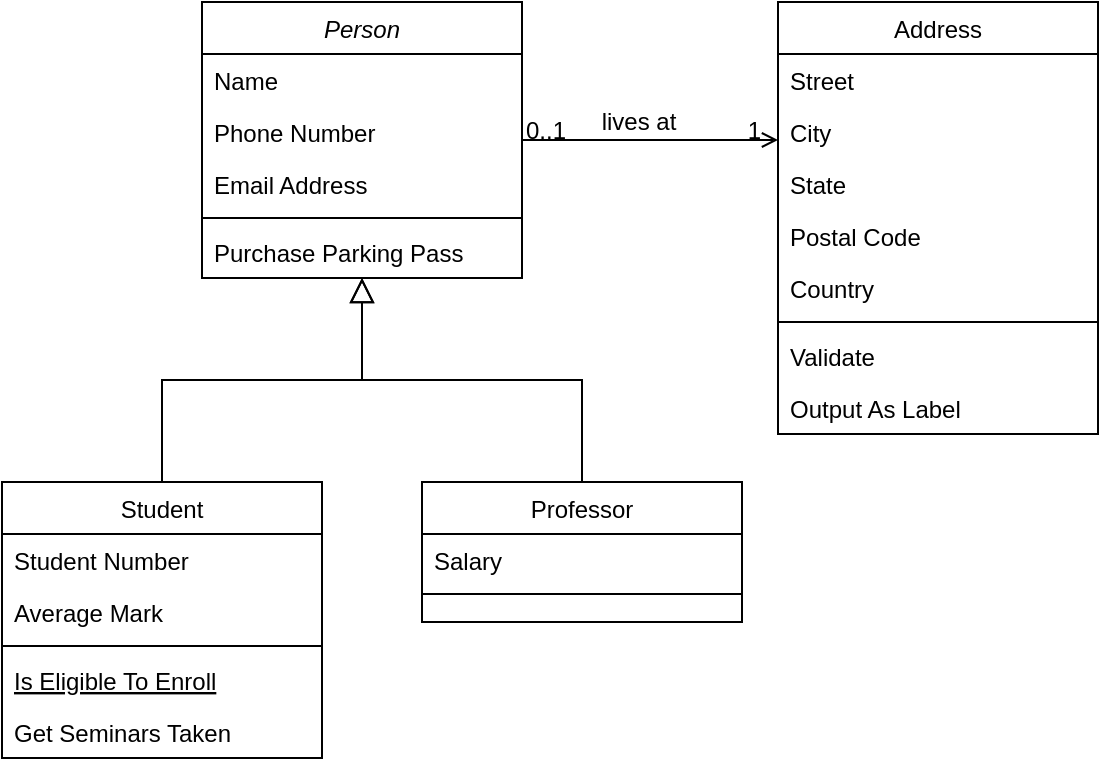
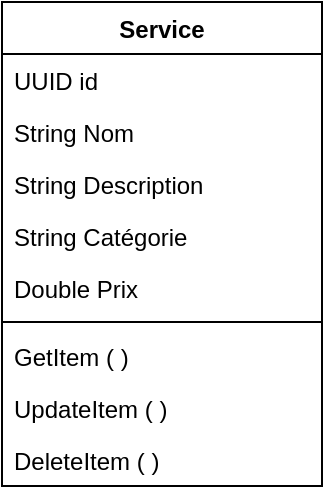
<mxfile host="app.diagrams.net">
  <diagram id="C5RBs43oDa-KdzZeNtuy" name="Page-1">
-     <mxGraphModel dx="1223" dy="871" grid="1" gridSize="10" guides="1" tooltips="1" connect="1" arrows="1" fold="1" page="1" pageScale="1" pageWidth="827" pageHeight="1169" math="0" shadow="0">
+     <mxGraphModel dx="771" dy="495" grid="1" gridSize="10" guides="1" tooltips="1" connect="1" arrows="1" fold="1" page="1" pageScale="1" pageWidth="827" pageHeight="1169" math="0" shadow="0">
      <root>
        <mxCell id="WIyWlLk6GJQsqaUBKTNV-0" />
        <mxCell id="WIyWlLk6GJQsqaUBKTNV-1" parent="WIyWlLk6GJQsqaUBKTNV-0" />
-         <mxCell id="zkfFHV4jXpPFQw0GAbJ--0" value="Person" style="swimlane;fontStyle=2;align=center;verticalAlign=top;childLayout=stackLayout;horizontal=1;startSize=26;horizontalStack=0;resizeParent=1;resizeLast=0;collapsible=1;marginBottom=0;rounded=0;shadow=0;strokeWidth=1;" parent="WIyWlLk6GJQsqaUBKTNV-1" vertex="1">
-           <mxGeometry x="220" y="120" width="160" height="138" as="geometry">
-             <mxRectangle x="230" y="140" width="160" height="26" as="alternateBounds" />
+         <mxCell id="zkfFHV4jXpPFQw0GAbJ--17" parent="WIyWlLk6GJQsqaUBKTNV-1" style="swimlane;fontStyle=1;align=center;verticalAlign=top;childLayout=stackLayout;horizontal=1;startSize=26;horizontalStack=0;resizeParent=1;resizeLast=0;collapsible=1;marginBottom=0;rounded=0;shadow=0;strokeWidth=1;" value="Service" vertex="1">
+           <mxGeometry height="242" width="160" x="310" y="150" as="geometry">
+             <mxRectangle height="26" width="160" x="550" y="140" as="alternateBounds" />
          </mxGeometry>
        </mxCell>
-         <mxCell id="zkfFHV4jXpPFQw0GAbJ--1" value="Name" style="text;align=left;verticalAlign=top;spacingLeft=4;spacingRight=4;overflow=hidden;rotatable=0;points=[[0,0.5],[1,0.5]];portConstraint=eastwest;" parent="zkfFHV4jXpPFQw0GAbJ--0" vertex="1">
-           <mxGeometry y="26" width="160" height="26" as="geometry" />
+         <mxCell id="zkfFHV4jXpPFQw0GAbJ--18" parent="zkfFHV4jXpPFQw0GAbJ--17" style="text;align=left;verticalAlign=top;spacingLeft=4;spacingRight=4;overflow=hidden;rotatable=0;points=[[0,0.5],[1,0.5]];portConstraint=eastwest;" value="UUID id" vertex="1">
+           <mxGeometry height="26" width="160" y="26" as="geometry" />
        </mxCell>
-         <mxCell id="zkfFHV4jXpPFQw0GAbJ--2" value="Phone Number" style="text;align=left;verticalAlign=top;spacingLeft=4;spacingRight=4;overflow=hidden;rotatable=0;points=[[0,0.5],[1,0.5]];portConstraint=eastwest;rounded=0;shadow=0;html=0;" parent="zkfFHV4jXpPFQw0GAbJ--0" vertex="1">
-           <mxGeometry y="52" width="160" height="26" as="geometry" />
+         <mxCell id="zkfFHV4jXpPFQw0GAbJ--19" parent="zkfFHV4jXpPFQw0GAbJ--17" style="text;align=left;verticalAlign=top;spacingLeft=4;spacingRight=4;overflow=hidden;rotatable=0;points=[[0,0.5],[1,0.5]];portConstraint=eastwest;rounded=0;shadow=0;html=0;" value="String Nom" vertex="1">
+           <mxGeometry height="26" width="160" y="52" as="geometry" />
        </mxCell>
-         <mxCell id="zkfFHV4jXpPFQw0GAbJ--3" value="Email Address" style="text;align=left;verticalAlign=top;spacingLeft=4;spacingRight=4;overflow=hidden;rotatable=0;points=[[0,0.5],[1,0.5]];portConstraint=eastwest;rounded=0;shadow=0;html=0;" parent="zkfFHV4jXpPFQw0GAbJ--0" vertex="1">
-           <mxGeometry y="78" width="160" height="26" as="geometry" />
+         <mxCell id="zkfFHV4jXpPFQw0GAbJ--20" parent="zkfFHV4jXpPFQw0GAbJ--17" style="text;align=left;verticalAlign=top;spacingLeft=4;spacingRight=4;overflow=hidden;rotatable=0;points=[[0,0.5],[1,0.5]];portConstraint=eastwest;rounded=0;shadow=0;html=0;" value="String Description" vertex="1">
+           <mxGeometry height="26" width="160" y="78" as="geometry" />
        </mxCell>
-         <mxCell id="zkfFHV4jXpPFQw0GAbJ--4" value="" style="line;html=1;strokeWidth=1;align=left;verticalAlign=middle;spacingTop=-1;spacingLeft=3;spacingRight=3;rotatable=0;labelPosition=right;points=[];portConstraint=eastwest;" parent="zkfFHV4jXpPFQw0GAbJ--0" vertex="1">
-           <mxGeometry y="104" width="160" height="8" as="geometry" />
+         <mxCell id="zkfFHV4jXpPFQw0GAbJ--21" parent="zkfFHV4jXpPFQw0GAbJ--17" style="text;align=left;verticalAlign=top;spacingLeft=4;spacingRight=4;overflow=hidden;rotatable=0;points=[[0,0.5],[1,0.5]];portConstraint=eastwest;rounded=0;shadow=0;html=0;" value="String Catégorie" vertex="1">
+           <mxGeometry height="26" width="160" y="104" as="geometry" />
        </mxCell>
-         <mxCell id="zkfFHV4jXpPFQw0GAbJ--5" value="Purchase Parking Pass" style="text;align=left;verticalAlign=top;spacingLeft=4;spacingRight=4;overflow=hidden;rotatable=0;points=[[0,0.5],[1,0.5]];portConstraint=eastwest;" parent="zkfFHV4jXpPFQw0GAbJ--0" vertex="1">
-           <mxGeometry y="112" width="160" height="26" as="geometry" />
+         <mxCell id="zkfFHV4jXpPFQw0GAbJ--22" parent="zkfFHV4jXpPFQw0GAbJ--17" style="text;align=left;verticalAlign=top;spacingLeft=4;spacingRight=4;overflow=hidden;rotatable=0;points=[[0,0.5],[1,0.5]];portConstraint=eastwest;rounded=0;shadow=0;html=0;" value="Double Prix" vertex="1">
+           <mxGeometry height="26" width="160" y="130" as="geometry" />
        </mxCell>
-         <mxCell id="zkfFHV4jXpPFQw0GAbJ--6" value="Student" style="swimlane;fontStyle=0;align=center;verticalAlign=top;childLayout=stackLayout;horizontal=1;startSize=26;horizontalStack=0;resizeParent=1;resizeLast=0;collapsible=1;marginBottom=0;rounded=0;shadow=0;strokeWidth=1;" parent="WIyWlLk6GJQsqaUBKTNV-1" vertex="1">
-           <mxGeometry x="120" y="360" width="160" height="138" as="geometry">
-             <mxRectangle x="130" y="380" width="160" height="26" as="alternateBounds" />
-           </mxGeometry>
+         <mxCell id="zkfFHV4jXpPFQw0GAbJ--23" parent="zkfFHV4jXpPFQw0GAbJ--17" style="line;html=1;strokeWidth=1;align=left;verticalAlign=middle;spacingTop=-1;spacingLeft=3;spacingRight=3;rotatable=0;labelPosition=right;points=[];portConstraint=eastwest;" value="" vertex="1">
+           <mxGeometry height="8" width="160" y="156" as="geometry" />
        </mxCell>
-         <mxCell id="zkfFHV4jXpPFQw0GAbJ--7" value="Student Number" style="text;align=left;verticalAlign=top;spacingLeft=4;spacingRight=4;overflow=hidden;rotatable=0;points=[[0,0.5],[1,0.5]];portConstraint=eastwest;" parent="zkfFHV4jXpPFQw0GAbJ--6" vertex="1">
-           <mxGeometry y="26" width="160" height="26" as="geometry" />
+         <mxCell id="zkfFHV4jXpPFQw0GAbJ--24" parent="zkfFHV4jXpPFQw0GAbJ--17" style="text;align=left;verticalAlign=top;spacingLeft=4;spacingRight=4;overflow=hidden;rotatable=0;points=[[0,0.5],[1,0.5]];portConstraint=eastwest;" value="GetItem ( )" vertex="1">
+           <mxGeometry height="26" width="160" y="164" as="geometry" />
        </mxCell>
-         <mxCell id="zkfFHV4jXpPFQw0GAbJ--8" value="Average Mark" style="text;align=left;verticalAlign=top;spacingLeft=4;spacingRight=4;overflow=hidden;rotatable=0;points=[[0,0.5],[1,0.5]];portConstraint=eastwest;rounded=0;shadow=0;html=0;" parent="zkfFHV4jXpPFQw0GAbJ--6" vertex="1">
-           <mxGeometry y="52" width="160" height="26" as="geometry" />
+         <mxCell id="zkfFHV4jXpPFQw0GAbJ--25" parent="zkfFHV4jXpPFQw0GAbJ--17" style="text;align=left;verticalAlign=top;spacingLeft=4;spacingRight=4;overflow=hidden;rotatable=0;points=[[0,0.5],[1,0.5]];portConstraint=eastwest;" value="UpdateItem ( )" vertex="1">
+           <mxGeometry height="26" width="160" y="190" as="geometry" />
        </mxCell>
-         <mxCell id="zkfFHV4jXpPFQw0GAbJ--9" value="" style="line;html=1;strokeWidth=1;align=left;verticalAlign=middle;spacingTop=-1;spacingLeft=3;spacingRight=3;rotatable=0;labelPosition=right;points=[];portConstraint=eastwest;" parent="zkfFHV4jXpPFQw0GAbJ--6" vertex="1">
-           <mxGeometry y="78" width="160" height="8" as="geometry" />
-         </mxCell>
-         <mxCell id="zkfFHV4jXpPFQw0GAbJ--10" value="Is Eligible To Enroll" style="text;align=left;verticalAlign=top;spacingLeft=4;spacingRight=4;overflow=hidden;rotatable=0;points=[[0,0.5],[1,0.5]];portConstraint=eastwest;fontStyle=4" parent="zkfFHV4jXpPFQw0GAbJ--6" vertex="1">
-           <mxGeometry y="86" width="160" height="26" as="geometry" />
-         </mxCell>
-         <mxCell id="zkfFHV4jXpPFQw0GAbJ--11" value="Get Seminars Taken" style="text;align=left;verticalAlign=top;spacingLeft=4;spacingRight=4;overflow=hidden;rotatable=0;points=[[0,0.5],[1,0.5]];portConstraint=eastwest;" parent="zkfFHV4jXpPFQw0GAbJ--6" vertex="1">
-           <mxGeometry y="112" width="160" height="26" as="geometry" />
-         </mxCell>
-         <mxCell id="zkfFHV4jXpPFQw0GAbJ--12" value="" style="endArrow=block;endSize=10;endFill=0;shadow=0;strokeWidth=1;rounded=0;curved=0;edgeStyle=elbowEdgeStyle;elbow=vertical;" parent="WIyWlLk6GJQsqaUBKTNV-1" source="zkfFHV4jXpPFQw0GAbJ--6" target="zkfFHV4jXpPFQw0GAbJ--0" edge="1">
-           <mxGeometry width="160" relative="1" as="geometry">
-             <mxPoint x="200" y="203" as="sourcePoint" />
-             <mxPoint x="200" y="203" as="targetPoint" />
-           </mxGeometry>
-         </mxCell>
-         <mxCell id="zkfFHV4jXpPFQw0GAbJ--13" value="Professor" style="swimlane;fontStyle=0;align=center;verticalAlign=top;childLayout=stackLayout;horizontal=1;startSize=26;horizontalStack=0;resizeParent=1;resizeLast=0;collapsible=1;marginBottom=0;rounded=0;shadow=0;strokeWidth=1;" parent="WIyWlLk6GJQsqaUBKTNV-1" vertex="1">
-           <mxGeometry x="330" y="360" width="160" height="70" as="geometry">
-             <mxRectangle x="340" y="380" width="170" height="26" as="alternateBounds" />
-           </mxGeometry>
-         </mxCell>
-         <mxCell id="zkfFHV4jXpPFQw0GAbJ--14" value="Salary" style="text;align=left;verticalAlign=top;spacingLeft=4;spacingRight=4;overflow=hidden;rotatable=0;points=[[0,0.5],[1,0.5]];portConstraint=eastwest;" parent="zkfFHV4jXpPFQw0GAbJ--13" vertex="1">
-           <mxGeometry y="26" width="160" height="26" as="geometry" />
-         </mxCell>
-         <mxCell id="zkfFHV4jXpPFQw0GAbJ--15" value="" style="line;html=1;strokeWidth=1;align=left;verticalAlign=middle;spacingTop=-1;spacingLeft=3;spacingRight=3;rotatable=0;labelPosition=right;points=[];portConstraint=eastwest;" parent="zkfFHV4jXpPFQw0GAbJ--13" vertex="1">
-           <mxGeometry y="52" width="160" height="8" as="geometry" />
-         </mxCell>
-         <mxCell id="zkfFHV4jXpPFQw0GAbJ--16" value="" style="endArrow=block;endSize=10;endFill=0;shadow=0;strokeWidth=1;rounded=0;curved=0;edgeStyle=elbowEdgeStyle;elbow=vertical;" parent="WIyWlLk6GJQsqaUBKTNV-1" source="zkfFHV4jXpPFQw0GAbJ--13" target="zkfFHV4jXpPFQw0GAbJ--0" edge="1">
-           <mxGeometry width="160" relative="1" as="geometry">
-             <mxPoint x="210" y="373" as="sourcePoint" />
-             <mxPoint x="310" y="271" as="targetPoint" />
-           </mxGeometry>
-         </mxCell>
-         <mxCell id="zkfFHV4jXpPFQw0GAbJ--17" value="Address" style="swimlane;fontStyle=0;align=center;verticalAlign=top;childLayout=stackLayout;horizontal=1;startSize=26;horizontalStack=0;resizeParent=1;resizeLast=0;collapsible=1;marginBottom=0;rounded=0;shadow=0;strokeWidth=1;" parent="WIyWlLk6GJQsqaUBKTNV-1" vertex="1">
-           <mxGeometry x="508" y="120" width="160" height="216" as="geometry">
-             <mxRectangle x="550" y="140" width="160" height="26" as="alternateBounds" />
-           </mxGeometry>
-         </mxCell>
-         <mxCell id="zkfFHV4jXpPFQw0GAbJ--18" value="Street" style="text;align=left;verticalAlign=top;spacingLeft=4;spacingRight=4;overflow=hidden;rotatable=0;points=[[0,0.5],[1,0.5]];portConstraint=eastwest;" parent="zkfFHV4jXpPFQw0GAbJ--17" vertex="1">
-           <mxGeometry y="26" width="160" height="26" as="geometry" />
-         </mxCell>
-         <mxCell id="zkfFHV4jXpPFQw0GAbJ--19" value="City" style="text;align=left;verticalAlign=top;spacingLeft=4;spacingRight=4;overflow=hidden;rotatable=0;points=[[0,0.5],[1,0.5]];portConstraint=eastwest;rounded=0;shadow=0;html=0;" parent="zkfFHV4jXpPFQw0GAbJ--17" vertex="1">
-           <mxGeometry y="52" width="160" height="26" as="geometry" />
-         </mxCell>
-         <mxCell id="zkfFHV4jXpPFQw0GAbJ--20" value="State" style="text;align=left;verticalAlign=top;spacingLeft=4;spacingRight=4;overflow=hidden;rotatable=0;points=[[0,0.5],[1,0.5]];portConstraint=eastwest;rounded=0;shadow=0;html=0;" parent="zkfFHV4jXpPFQw0GAbJ--17" vertex="1">
-           <mxGeometry y="78" width="160" height="26" as="geometry" />
-         </mxCell>
-         <mxCell id="zkfFHV4jXpPFQw0GAbJ--21" value="Postal Code" style="text;align=left;verticalAlign=top;spacingLeft=4;spacingRight=4;overflow=hidden;rotatable=0;points=[[0,0.5],[1,0.5]];portConstraint=eastwest;rounded=0;shadow=0;html=0;" parent="zkfFHV4jXpPFQw0GAbJ--17" vertex="1">
-           <mxGeometry y="104" width="160" height="26" as="geometry" />
-         </mxCell>
-         <mxCell id="zkfFHV4jXpPFQw0GAbJ--22" value="Country" style="text;align=left;verticalAlign=top;spacingLeft=4;spacingRight=4;overflow=hidden;rotatable=0;points=[[0,0.5],[1,0.5]];portConstraint=eastwest;rounded=0;shadow=0;html=0;" parent="zkfFHV4jXpPFQw0GAbJ--17" vertex="1">
-           <mxGeometry y="130" width="160" height="26" as="geometry" />
-         </mxCell>
-         <mxCell id="zkfFHV4jXpPFQw0GAbJ--23" value="" style="line;html=1;strokeWidth=1;align=left;verticalAlign=middle;spacingTop=-1;spacingLeft=3;spacingRight=3;rotatable=0;labelPosition=right;points=[];portConstraint=eastwest;" parent="zkfFHV4jXpPFQw0GAbJ--17" vertex="1">
-           <mxGeometry y="156" width="160" height="8" as="geometry" />
-         </mxCell>
-         <mxCell id="zkfFHV4jXpPFQw0GAbJ--24" value="Validate" style="text;align=left;verticalAlign=top;spacingLeft=4;spacingRight=4;overflow=hidden;rotatable=0;points=[[0,0.5],[1,0.5]];portConstraint=eastwest;" parent="zkfFHV4jXpPFQw0GAbJ--17" vertex="1">
-           <mxGeometry y="164" width="160" height="26" as="geometry" />
-         </mxCell>
-         <mxCell id="zkfFHV4jXpPFQw0GAbJ--25" value="Output As Label" style="text;align=left;verticalAlign=top;spacingLeft=4;spacingRight=4;overflow=hidden;rotatable=0;points=[[0,0.5],[1,0.5]];portConstraint=eastwest;" parent="zkfFHV4jXpPFQw0GAbJ--17" vertex="1">
-           <mxGeometry y="190" width="160" height="26" as="geometry" />
-         </mxCell>
-         <mxCell id="zkfFHV4jXpPFQw0GAbJ--26" value="" style="endArrow=open;shadow=0;strokeWidth=1;rounded=0;curved=0;endFill=1;edgeStyle=elbowEdgeStyle;elbow=vertical;" parent="WIyWlLk6GJQsqaUBKTNV-1" source="zkfFHV4jXpPFQw0GAbJ--0" target="zkfFHV4jXpPFQw0GAbJ--17" edge="1">
-           <mxGeometry x="0.5" y="41" relative="1" as="geometry">
-             <mxPoint x="380" y="192" as="sourcePoint" />
-             <mxPoint x="540" y="192" as="targetPoint" />
-             <mxPoint x="-40" y="32" as="offset" />
-           </mxGeometry>
-         </mxCell>
-         <mxCell id="zkfFHV4jXpPFQw0GAbJ--27" value="0..1" style="resizable=0;align=left;verticalAlign=bottom;labelBackgroundColor=none;fontSize=12;" parent="zkfFHV4jXpPFQw0GAbJ--26" connectable="0" vertex="1">
-           <mxGeometry x="-1" relative="1" as="geometry">
-             <mxPoint y="4" as="offset" />
-           </mxGeometry>
-         </mxCell>
-         <mxCell id="zkfFHV4jXpPFQw0GAbJ--28" value="1" style="resizable=0;align=right;verticalAlign=bottom;labelBackgroundColor=none;fontSize=12;" parent="zkfFHV4jXpPFQw0GAbJ--26" connectable="0" vertex="1">
-           <mxGeometry x="1" relative="1" as="geometry">
-             <mxPoint x="-7" y="4" as="offset" />
-           </mxGeometry>
-         </mxCell>
-         <mxCell id="zkfFHV4jXpPFQw0GAbJ--29" value="lives at" style="text;html=1;resizable=0;points=[];;align=center;verticalAlign=middle;labelBackgroundColor=none;rounded=0;shadow=0;strokeWidth=1;fontSize=12;" parent="zkfFHV4jXpPFQw0GAbJ--26" vertex="1" connectable="0">
-           <mxGeometry x="0.5" y="49" relative="1" as="geometry">
-             <mxPoint x="-38" y="40" as="offset" />
-           </mxGeometry>
+         <mxCell id="9_BpVMyjQQa0xyO5539f-3" parent="zkfFHV4jXpPFQw0GAbJ--17" style="text;align=left;verticalAlign=top;spacingLeft=4;spacingRight=4;overflow=hidden;rotatable=0;points=[[0,0.5],[1,0.5]];portConstraint=eastwest;" value="DeleteItem ( )" vertex="1">
+           <mxGeometry height="26" width="160" y="216" as="geometry" />
        </mxCell>
      </root>
    </mxGraphModel>
  </diagram>
</mxfile>
